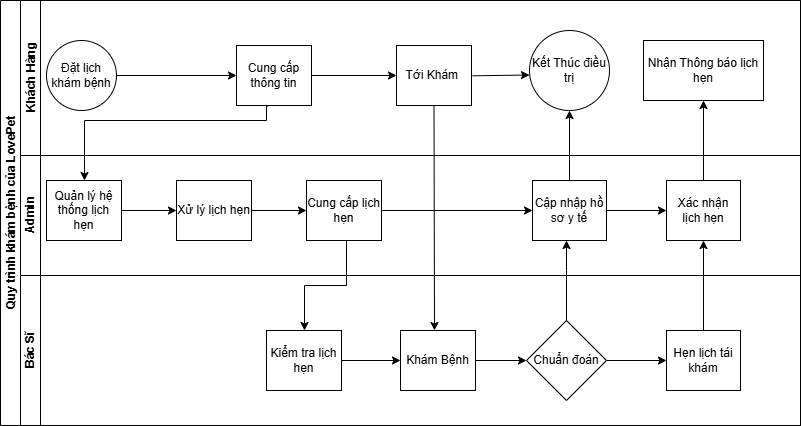
Before: QuyTrinhKhamBenh.drawio.png, a diagram exported from draw.io (Junglou/-n). Source tidied: cells renumbered, new cells last; positions are measured from the earlier drawing's top-left corner, leaving out a move shared by most shapes.
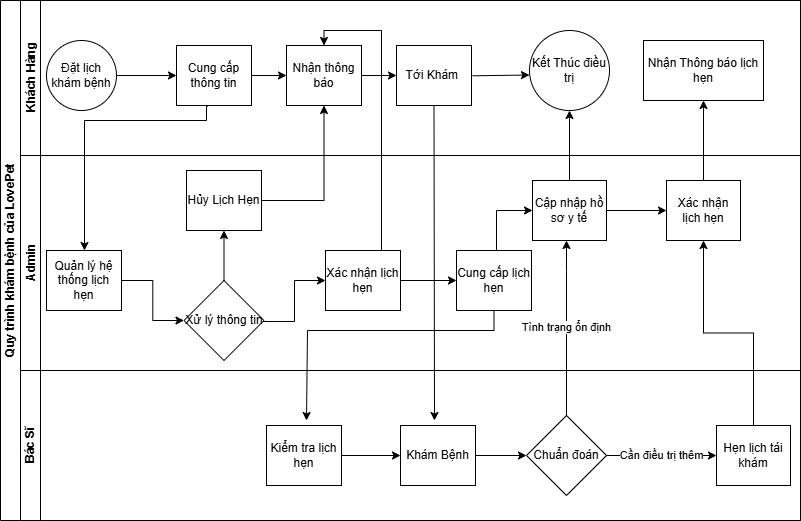
The same file after the commit.

Diff of the diagram source:
```diff
@@ -3,7 +3,7 @@
     <mxCell id="0" />
     <mxCell id="1" parent="0" />
     <mxCell id="2" value="Quy trình khám bệnh của LovePet" style="swimlane;html=1;horizontal=0;startSize=20;" parent="1" vertex="1">
-      <mxGeometry width="800" height="425" as="geometry" />
+      <mxGeometry width="800" height="520" as="geometry" />
     </mxCell>
     <mxCell id="3" value="Khách Hàng" style="swimlane;html=1;startSize=20;horizontal=0;" parent="2" vertex="1">
       <mxGeometry x="20" width="780" height="155" as="geometry" />
@@ -14,11 +14,11 @@
     <mxCell id="5" value="Đặt lịch khám bệnh" style="ellipse;whiteSpace=wrap;html=1;" parent="3" vertex="1">
       <mxGeometry x="26" y="40" width="70" height="70" as="geometry" />
     </mxCell>
-    <mxCell id="6" style="edgeStyle=orthogonalEdgeStyle;rounded=0;jettySize=auto;html=1;" parent="3" edge="1" source="7" target="8">
-      <mxGeometry relative="1" as="geometry" />
-    </mxCell>
+    <mxCell id="37" style="edgeStyle=orthogonalEdgeStyle;rounded=0;jettySize=auto;html=1;" parent="3" edge="1" source="7" target="39">
+      <mxGeometry relative="1" as="geometry" />
+    </mxCell>
     <mxCell id="7" value="Cung cấp thông tin" style="whiteSpace=wrap;html=1;" parent="3" vertex="1">
-      <mxGeometry x="216" y="45" width="75" height="60" as="geometry" />
+      <mxGeometry x="156" y="45" width="75" height="60" as="geometry" />
     </mxCell>
     <mxCell id="8" value="Tới Khám&amp;nbsp;" style="whiteSpace=wrap;html=1;" parent="3" vertex="1">
       <mxGeometry x="376" y="45" width="75" height="60" as="geometry" />
@@ -35,26 +35,44 @@
         <mxPoint x="509" y="74.5" as="targetPoint" />
       </mxGeometry>
     </mxCell>
+    <mxCell id="38" style="edgeStyle=orthogonalEdgeStyle;rounded=0;jettySize=auto;html=1;" parent="3" edge="1" source="39" target="8">
+      <mxGeometry relative="1" as="geometry" />
+    </mxCell>
+    <mxCell id="39" value="Nhận thông báo" style="whiteSpace=wrap;html=1;" parent="3" vertex="1">
+      <mxGeometry x="266" y="45" width="75" height="60" as="geometry" />
+    </mxCell>
     <mxCell id="12" value="Admin" style="swimlane;html=1;startSize=20;horizontal=0;" parent="2" vertex="1">
-      <mxGeometry x="20" y="155" width="780" height="120" as="geometry" />
+      <mxGeometry x="20" y="155" width="780" height="215" as="geometry" />
     </mxCell>
-    <mxCell id="13" style="edgeStyle=orthogonalEdgeStyle;rounded=0;jettySize=auto;html=1;" parent="12" edge="1" source="14" target="16">
+    <mxCell id="13" style="edgeStyle=orthogonalEdgeStyle;rounded=0;jettySize=auto;html=1;entryX=0;entryY=0.5;entryDx=0;entryDy=0;" parent="12" edge="1" source="14" target="43">
       <mxGeometry relative="1" as="geometry" />
     </mxCell>
     <mxCell id="14" value="Quản lý hệ thống lịch hẹn" style="whiteSpace=wrap;html=1;" parent="12" vertex="1">
-      <mxGeometry x="26" y="25" width="75" height="60" as="geometry" />
+      <mxGeometry x="26" y="95" width="75" height="60" as="geometry" />
     </mxCell>
-    <mxCell id="15" style="edgeStyle=orthogonalEdgeStyle;rounded=0;jettySize=auto;html=1;" parent="12" edge="1" source="16" target="18">
-      <mxGeometry relative="1" as="geometry" />
+    <mxCell id="15" style="edgeStyle=orthogonalEdgeStyle;rounded=0;jettySize=auto;html=1;" parent="12" edge="1" target="18">
+      <mxGeometry relative="1" as="geometry">
+        <mxPoint x="241" y="165" as="sourcePoint" />
+        <Array as="points">
+          <mxPoint x="241" y="166" />
+          <mxPoint x="274" y="166" />
+          <mxPoint x="274" y="125" />
+        </Array>
+      </mxGeometry>
     </mxCell>
-    <mxCell id="16" value="Xử lý lịch hẹn" style="whiteSpace=wrap;html=1;" parent="12" vertex="1">
-      <mxGeometry x="156" y="25" width="75" height="60" as="geometry" />
-    </mxCell>
-    <mxCell id="17" style="edgeStyle=orthogonalEdgeStyle;rounded=0;jettySize=auto;html=1;entryX=0;entryY=0.5;entryDx=0;entryDy=0;" parent="12" edge="1" source="18" target="20">
-      <mxGeometry relative="1" as="geometry" />
+    <mxCell id="17" style="edgeStyle=orthogonalEdgeStyle;rounded=0;jettySize=auto;html=1;entryX=0;entryY=0.5;entryDx=0;entryDy=0;exitX=0.5;exitY=0;exitDx=0;exitDy=0;" parent="12" edge="1" source="42" target="20">
+      <mxGeometry relative="1" as="geometry">
+        <Array as="points">
+          <mxPoint x="476" y="95" />
+          <mxPoint x="476" y="55" />
+        </Array>
+      </mxGeometry>
     </mxCell>
+    <mxCell id="40" style="edgeStyle=orthogonalEdgeStyle;rounded=0;jettySize=auto;html=1;" parent="12" edge="1" source="18" target="42">
+      <mxGeometry relative="1" as="geometry" />
+    </mxCell>
-    <mxCell id="18" value="Cung cấp lịch hẹn" style="whiteSpace=wrap;html=1;" parent="12" vertex="1">
-      <mxGeometry x="286" y="25" width="75" height="60" as="geometry" />
+    <mxCell id="18" value="Xác nhận lịch hẹn" style="whiteSpace=wrap;html=1;" parent="12" vertex="1">
+      <mxGeometry x="305" y="95" width="75" height="60" as="geometry" />
     </mxCell>
     <mxCell id="19" style="edgeStyle=orthogonalEdgeStyle;rounded=0;orthogonalLoop=1;jettySize=auto;html=1;" parent="12" edge="1">
       <mxGeometry relative="1" as="geometry">
@@ -68,8 +86,20 @@
     <mxCell id="21" value="Xác nhận lịch hẹn" style="whiteSpace=wrap;html=1;" parent="12" vertex="1">
       <mxGeometry x="646" y="25" width="74" height="60" as="geometry" />
     </mxCell>
+    <mxCell id="41" value="Hủy Lịch Hẹn" style="whiteSpace=wrap;html=1;" parent="12" vertex="1">
+      <mxGeometry x="166" y="15" width="75" height="60" as="geometry" />
+    </mxCell>
+    <mxCell id="42" value="Cung cấp lịch hẹn" style="whiteSpace=wrap;html=1;" parent="12" vertex="1">
+      <mxGeometry x="436" y="95" width="75" height="60" as="geometry" />
+    </mxCell>
+    <mxCell id="43" value="Xử lý thông tin" style="rhombus;whiteSpace=wrap;html=1;" parent="12" vertex="1">
+      <mxGeometry x="163.5" y="125" width="80" height="80" as="geometry" />
+    </mxCell>
+    <mxCell id="44" style="endArrow=classic;html=1;rounded=0;exitX=0.5;exitY=0;exitDx=0;exitDy=0;entryX=0.5;entryY=1;entryDx=0;entryDy=0;" parent="12" edge="1" source="43" target="41">
+      <mxGeometry relative="1" as="geometry" />
+    </mxCell>
     <mxCell id="22" value="Bác Sĩ" style="swimlane;html=1;startSize=20;horizontal=0;" parent="2" vertex="1">
-      <mxGeometry x="20" y="275" width="780" height="150" as="geometry" />
+      <mxGeometry x="20" y="370" width="780" height="150" as="geometry" />
     </mxCell>
     <mxCell id="23" style="edgeStyle=orthogonalEdgeStyle;rounded=0;jettySize=auto;html=1;" parent="22" edge="1" source="24" target="26">
       <mxGeometry relative="1" as="geometry" />
@@ -83,33 +113,25 @@
     <mxCell id="26" value="Khám Bệnh" style="whiteSpace=wrap;html=1;" parent="22" vertex="1">
       <mxGeometry x="380" y="55" width="75" height="60" as="geometry" />
     </mxCell>
-    <mxCell id="27" style="edgeStyle=orthogonalEdgeStyle;rounded=0;jettySize=auto;html=1;" parent="22" edge="1" source="28" target="29">
+    <mxCell id="27" value="Cần điều trị thêm" style="edgeStyle=orthogonalEdgeStyle;rounded=0;jettySize=auto;html=1;" parent="22" edge="1" source="28" target="29">
       <mxGeometry relative="1" as="geometry" />
     </mxCell>
     <mxCell id="28" value="Chuẩn đoán" style="rhombus;whiteSpace=wrap;html=1;" parent="22" vertex="1">
       <mxGeometry x="506" y="45" width="80" height="80" as="geometry" />
     </mxCell>
     <mxCell id="29" value="Hẹn lịch tái khám" style="whiteSpace=wrap;html=1;" parent="22" vertex="1">
-      <mxGeometry x="646" y="55" width="74" height="60" as="geometry" />
+      <mxGeometry x="696" y="55" width="74" height="60" as="geometry" />
     </mxCell>
     <mxCell id="30" style="edgeStyle=orthogonalEdgeStyle;rounded=0;jettySize=auto;html=1;exitX=0.421;exitY=1.01;exitDx=0;exitDy=0;exitPerimeter=0;" parent="2" edge="1" source="7" target="14">
       <mxGeometry relative="1" as="geometry">
         <Array as="points">
-          <mxPoint x="266" y="106" />
-          <mxPoint x="266" y="120" />
+          <mxPoint x="206" y="106" />
+          <mxPoint x="206" y="120" />
           <mxPoint x="84" y="120" />
         </Array>
       </mxGeometry>
     </mxCell>
-    <mxCell id="31" style="edgeStyle=orthogonalEdgeStyle;rounded=0;jettySize=auto;html=1;" parent="2" edge="1" source="18" target="24">
-      <mxGeometry relative="1" as="geometry">
-        <Array as="points">
-          <mxPoint x="346" y="285" />
-          <mxPoint x="304" y="285" />
-        </Array>
-      </mxGeometry>
-    </mxCell>
-    <mxCell id="32" style="edgeStyle=orthogonalEdgeStyle;rounded=0;jettySize=auto;html=1;" parent="2" edge="1" source="28" target="20">
+    <mxCell id="32" value="Tình trạng ổn định" style="edgeStyle=orthogonalEdgeStyle;rounded=0;jettySize=auto;html=1;" parent="2" edge="1" source="28" target="20">
       <mxGeometry relative="1" as="geometry">
         <Array as="points">
           <mxPoint x="566" y="270" />
@@ -119,7 +141,7 @@
     </mxCell>
     <mxCell id="33" style="endArrow=classic;html=1;rounded=0;exitX=0.5;exitY=1;exitDx=0;exitDy=0;" parent="2" edge="1" source="8">
       <mxGeometry relative="1" as="geometry">
-        <mxPoint x="434" y="330" as="targetPoint" />
+        <mxPoint x="434" y="420" as="targetPoint" />
       </mxGeometry>
     </mxCell>
     <mxCell id="34" style="edgeStyle=orthogonalEdgeStyle;rounded=0;jettySize=auto;html=1;" parent="2" edge="1" source="20" target="9">
@@ -131,5 +153,25 @@
     <mxCell id="36" style="edgeStyle=orthogonalEdgeStyle;rounded=0;jettySize=auto;html=1;" parent="2" edge="1" source="21" target="10">
       <mxGeometry relative="1" as="geometry" />
     </mxCell>
+    <mxCell id="45" style="edgeStyle=orthogonalEdgeStyle;rounded=0;jettySize=auto;html=1;entryX=0.5;entryY=1;entryDx=0;entryDy=0;" parent="2" edge="1" source="41" target="39">
+      <mxGeometry relative="1" as="geometry" />
+    </mxCell>
+    <mxCell id="46" style="edgeStyle=orthogonalEdgeStyle;rounded=0;jettySize=auto;html=1;" parent="2" edge="1" source="42">
+      <mxGeometry relative="1" as="geometry">
+        <mxPoint x="306" y="420" as="targetPoint" />
+        <Array as="points">
+          <mxPoint x="494" y="330" />
+          <mxPoint x="307" y="330" />
+        </Array>
+      </mxGeometry>
+    </mxCell>
+    <mxCell id="47" style="edgeStyle=orthogonalEdgeStyle;rounded=0;jettySize=auto;html=1;entryX=0.5;entryY=0;entryDx=0;entryDy=0;" parent="2" edge="1" source="18" target="39">
+      <mxGeometry relative="1" as="geometry">
+        <Array as="points">
+          <mxPoint x="381" y="30" />
+          <mxPoint x="324" y="30" />
+        </Array>
+      </mxGeometry>
+    </mxCell>
   </root>
 </mxGraphModel>
```
